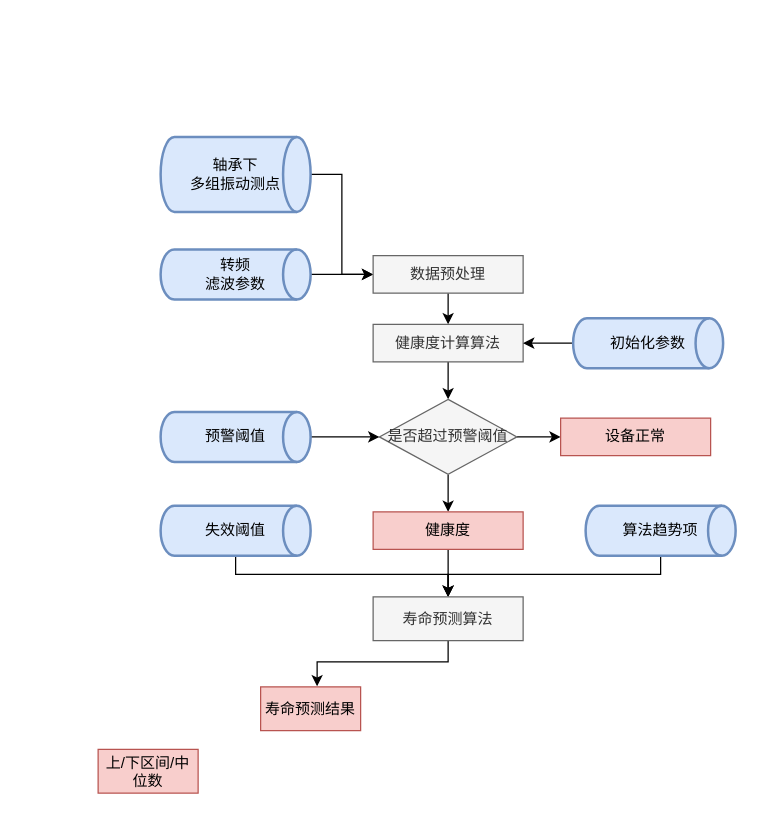
fanpan0829/interview_python keeps this draw.io diagram as Untitled Diagram.drawio. Above is the earlier version. Source tidied: cells renumbered, new cells numbered last; positions are measured from the earlier drawing's top-left corner, leaving out a move shared by most shapes. Both pictures are drawn from the tidied source at 125%, with x=0, y=0 at pixel (98, 136).
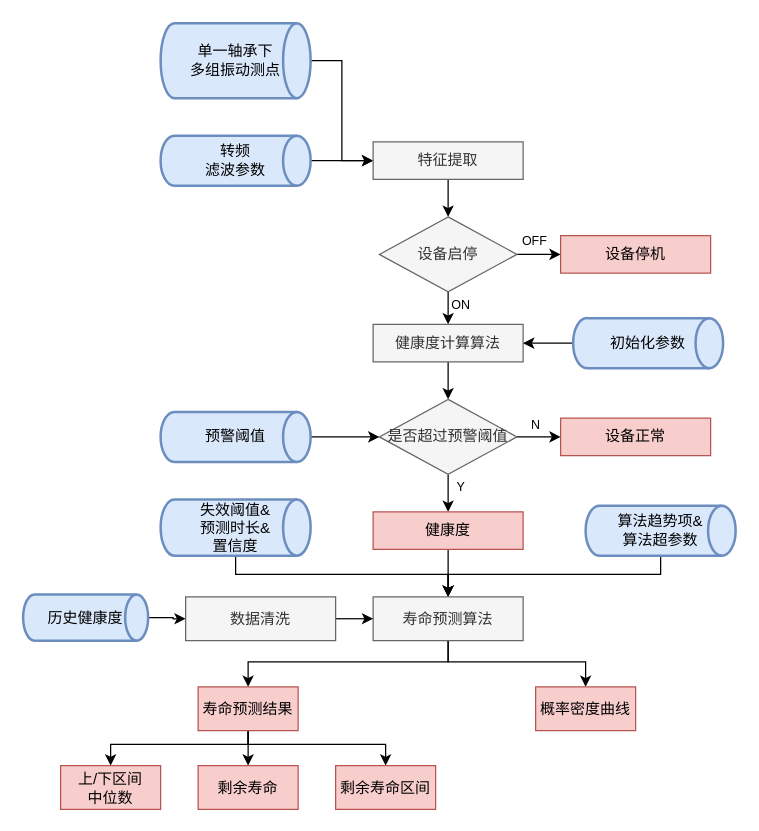
After the change.

The change refers to these unchanged cells:
```xml
<mxCell id="9" value="健康度计算算法" style="rounded=0;whiteSpace=wrap;html=1;fillColor=#f5f5f5;strokeColor=#666666;fontColor=#333333;" parent="1" vertex="1">
  <mxGeometry x="220" y="150" width="120" height="30" as="geometry" />
</mxCell>
<mxCell id="25" value="寿命预测算法" style="rounded=0;whiteSpace=wrap;html=1;fillColor=#f5f5f5;strokeColor=#666666;fontColor=#333333;" parent="1" vertex="1">
  <mxGeometry x="220" y="368" width="120" height="35" as="geometry" />
</mxCell>
```

Change to the diagram source:
```diff
@@
-    <mxCell id="3" value="轴承下&lt;br&gt;多组振动测点" style="strokeWidth=2;html=1;shape=mxgraph.flowchart.direct_data;whiteSpace=wrap;fillColor=#dae8fc;strokeColor=#6c8ebf;" parent="1" vertex="1">
-      <mxGeometry x="50" width="120" height="60" as="geometry" />
+    <mxCell id="3" value="单一轴承下&lt;br&gt;多组振动测点" style="strokeWidth=2;html=1;shape=mxgraph.flowchart.direct_data;whiteSpace=wrap;fillColor=#dae8fc;strokeColor=#6c8ebf;" parent="1" vertex="1">
+      <mxGeometry x="50" y="-91" width="120" height="60" as="geometry" />
     </mxCell>
@@
     <mxCell id="5" value="转频&lt;br&gt;滤波参数" style="strokeWidth=2;html=1;shape=mxgraph.flowchart.direct_data;whiteSpace=wrap;fillColor=#dae8fc;strokeColor=#6c8ebf;" parent="1" vertex="1">
-      <mxGeometry x="50" y="90" width="120" height="40" as="geometry" />
+      <mxGeometry x="50" y="-1" width="120" height="40" as="geometry" />
     </mxCell>
-    <mxCell id="6" style="edgeStyle=orthogonalEdgeStyle;rounded=0;jettySize=auto;html=1;entryX=0.5;entryY=0;entryDx=0;entryDy=0;" parent="1" edge="1" source="7" target="9">
-      <mxGeometry relative="1" as="geometry" />
-    </mxCell>
+    <mxCell id="28" style="edgeStyle=orthogonalEdgeStyle;rounded=0;jettySize=auto;html=1;exitX=0.5;exitY=1;exitDx=0;exitDy=0;fontSize=10;" parent="1" edge="1" source="7" target="42">
+      <mxGeometry relative="1" as="geometry" />
+    </mxCell>
-    <mxCell id="7" value="数据预处理" style="rounded=0;whiteSpace=wrap;html=1;fillColor=#f5f5f5;strokeColor=#666666;fontColor=#333333;" parent="1" vertex="1">
-      <mxGeometry x="220" y="95" width="120" height="30" as="geometry" />
+    <mxCell id="7" value="特征提取" style="rounded=0;whiteSpace=wrap;html=1;fillColor=#f5f5f5;strokeColor=#666666;fontColor=#333333;" parent="1" vertex="1">
+      <mxGeometry x="220" y="4" width="120" height="30" as="geometry" />
     </mxCell>
@@
-    <mxCell id="21" value="失效阈值" style="strokeWidth=2;html=1;shape=mxgraph.flowchart.direct_data;whiteSpace=wrap;fillColor=#dae8fc;strokeColor=#6c8ebf;" parent="1" vertex="1">
-      <mxGeometry x="50" y="295" width="120" height="40" as="geometry" />
+    <mxCell id="21" value="失效阈值&amp;amp;&lt;br&gt;预测时长&amp;amp;&lt;br&gt;置信度" style="strokeWidth=2;html=1;shape=mxgraph.flowchart.direct_data;whiteSpace=wrap;fillColor=#dae8fc;strokeColor=#6c8ebf;" parent="1" vertex="1">
+      <mxGeometry x="50" y="290" width="120" height="45" as="geometry" />
     </mxCell>
@@
-    <mxCell id="23" value="算法趋势项" style="strokeWidth=2;html=1;shape=mxgraph.flowchart.direct_data;whiteSpace=wrap;fillColor=#dae8fc;strokeColor=#6c8ebf;" parent="1" vertex="1">
+    <mxCell id="23" value="算法趋势项&amp;amp;&lt;br&gt;算法超参数" style="strokeWidth=2;html=1;shape=mxgraph.flowchart.direct_data;whiteSpace=wrap;fillColor=#dae8fc;strokeColor=#6c8ebf;" parent="1" vertex="1">
       <mxGeometry x="390" y="295" width="120" height="40" as="geometry" />
     </mxCell>
-    <mxCell id="24" style="edgeStyle=orthogonalEdgeStyle;rounded=0;jettySize=auto;html=1;entryX=0.565;entryY=-0.013;entryDx=0;entryDy=0;exitX=0.5;exitY=1;exitDx=0;exitDy=0;entryPerimeter=0;" parent="1" edge="1" source="25" target="26">
+    <mxCell id="24" style="edgeStyle=orthogonalEdgeStyle;rounded=0;jettySize=auto;html=1;entryX=0.5;entryY=0;entryDx=0;entryDy=0;" parent="1" edge="1" source="25" target="26">
       <mxGeometry relative="1" as="geometry">
         <Array as="points">
           <mxPoint x="280" y="420" />
-          <mxPoint x="175" y="420" />
+          <mxPoint x="120" y="420" />
         </Array>
       </mxGeometry>
     </mxCell>
+    <mxCell id="29" style="edgeStyle=orthogonalEdgeStyle;rounded=0;jettySize=auto;html=1;entryX=0.5;entryY=0;entryDx=0;entryDy=0;" parent="1" edge="1" source="25" target="35">
+      <mxGeometry relative="1" as="geometry">
+        <Array as="points">
+          <mxPoint x="280" y="420" />
+          <mxPoint x="390" y="420" />
+        </Array>
+      </mxGeometry>
+    </mxCell>
@@
+    <mxCell id="30" style="edgeStyle=orthogonalEdgeStyle;rounded=0;jettySize=auto;html=1;entryX=0.5;entryY=0;entryDx=0;entryDy=0;" parent="1" edge="1" source="26" target="33">
+      <mxGeometry relative="1" as="geometry" />
+    </mxCell>
+    <mxCell id="31" style="edgeStyle=orthogonalEdgeStyle;rounded=0;jettySize=auto;html=1;entryX=0.5;entryY=0;entryDx=0;entryDy=0;" parent="1" edge="1" source="26" target="27">
+      <mxGeometry relative="1" as="geometry">
+        <Array as="points">
+          <mxPoint x="120" y="486" />
+          <mxPoint x="10" y="486" />
+        </Array>
+      </mxGeometry>
+    </mxCell>
+    <mxCell id="32" style="edgeStyle=orthogonalEdgeStyle;rounded=0;jettySize=auto;html=1;entryX=0.5;entryY=0;entryDx=0;entryDy=0;" parent="1" edge="1" source="26" target="34">
+      <mxGeometry relative="1" as="geometry">
+        <Array as="points">
+          <mxPoint x="120" y="486" />
+          <mxPoint x="230" y="486" />
+        </Array>
+      </mxGeometry>
+    </mxCell>
     <mxCell id="26" value="寿命预测结果" style="rounded=0;whiteSpace=wrap;html=1;fillColor=#f8cecc;strokeColor=#b85450;" parent="1" vertex="1">
-      <mxGeometry x="130" y="440" width="80" height="35" as="geometry" />
+      <mxGeometry x="80" y="440" width="80" height="35" as="geometry" />
     </mxCell>
-    <mxCell id="27" value="上/下区间/中位数" style="rounded=0;whiteSpace=wrap;html=1;fillColor=#f8cecc;strokeColor=#b85450;" parent="1" vertex="1">
-      <mxGeometry y="490" width="80" height="35" as="geometry" />
+    <mxCell id="27" value="上/下区间&lt;br&gt;中位数" style="rounded=0;whiteSpace=wrap;html=1;fillColor=#f8cecc;strokeColor=#b85450;" parent="1" vertex="1">
+      <mxGeometry x="-30" y="503" width="80" height="35" as="geometry" />
     </mxCell>
+    <mxCell id="33" value="剩余寿命" style="rounded=0;whiteSpace=wrap;html=1;fillColor=#f8cecc;strokeColor=#b85450;" parent="1" vertex="1">
+      <mxGeometry x="80" y="503" width="80" height="35" as="geometry" />
+    </mxCell>
+    <mxCell id="34" value="剩余寿命区间" style="rounded=0;whiteSpace=wrap;html=1;fillColor=#f8cecc;strokeColor=#b85450;" parent="1" vertex="1">
+      <mxGeometry x="190" y="503" width="80" height="35" as="geometry" />
+    </mxCell>
+    <mxCell id="35" value="概率密度曲线" style="rounded=0;whiteSpace=wrap;html=1;fillColor=#f8cecc;strokeColor=#b85450;" parent="1" vertex="1">
+      <mxGeometry x="350" y="440" width="80" height="35" as="geometry" />
+    </mxCell>
+    <mxCell id="36" value="N" style="text;html=1;align=center;verticalAlign=middle;strokeColor=none;fontSize=10;" parent="1" vertex="1">
+      <mxGeometry x="340" y="220" width="20" height="20" as="geometry" />
+    </mxCell>
+    <mxCell id="37" value="Y" style="text;html=1;align=center;verticalAlign=middle;strokeColor=none;fontSize=10;" parent="1" vertex="1">
+      <mxGeometry x="280" y="270" width="20" height="20" as="geometry" />
+    </mxCell>
+    <mxCell id="38" style="edgeStyle=orthogonalEdgeStyle;rounded=0;jettySize=auto;html=1;entryX=0;entryY=0.5;entryDx=0;entryDy=0;fontSize=10;" parent="1" edge="1" source="39" target="45">
+      <mxGeometry relative="1" as="geometry" />
+    </mxCell>
+    <mxCell id="39" value="历史健康度" style="strokeWidth=2;html=1;shape=mxgraph.flowchart.direct_data;whiteSpace=wrap;fillColor=#dae8fc;strokeColor=#6c8ebf;" parent="1" vertex="1">
+      <mxGeometry x="-60" y="366" width="100" height="37" as="geometry" />
+    </mxCell>
+    <mxCell id="40" style="edgeStyle=orthogonalEdgeStyle;rounded=0;jettySize=auto;html=1;exitX=0.5;exitY=1;exitDx=0;exitDy=0;entryX=0.5;entryY=0;entryDx=0;entryDy=0;fontSize=10;" parent="1" edge="1" source="42" target="9">
+      <mxGeometry relative="1" as="geometry" />
+    </mxCell>
+    <mxCell id="41" style="edgeStyle=orthogonalEdgeStyle;rounded=0;jettySize=auto;html=1;exitX=1;exitY=0.5;exitDx=0;exitDy=0;fontSize=10;" parent="1" edge="1" source="42" target="43">
+      <mxGeometry relative="1" as="geometry" />
+    </mxCell>
+    <mxCell id="42" value="设备启停" style="rhombus;whiteSpace=wrap;html=1;fillColor=#f5f5f5;strokeColor=#666666;fontColor=#333333;" parent="1" vertex="1">
+      <mxGeometry x="225" y="64" width="110" height="60" as="geometry" />
+    </mxCell>
+    <mxCell id="43" value="设备停机" style="rounded=0;whiteSpace=wrap;html=1;fillColor=#f8cecc;strokeColor=#b85450;" parent="1" vertex="1">
+      <mxGeometry x="370" y="79" width="120" height="30" as="geometry" />
+    </mxCell>
+    <mxCell id="44" style="edgeStyle=orthogonalEdgeStyle;rounded=0;jettySize=auto;html=1;exitX=1;exitY=0.5;exitDx=0;exitDy=0;entryX=0;entryY=0.5;entryDx=0;entryDy=0;fontSize=10;" parent="1" edge="1" source="45" target="25">
+      <mxGeometry relative="1" as="geometry" />
+    </mxCell>
+    <mxCell id="45" value="数据清洗" style="rounded=0;whiteSpace=wrap;html=1;fillColor=#f5f5f5;strokeColor=#666666;fontColor=#333333;" parent="1" vertex="1">
+      <mxGeometry x="70" y="368" width="120" height="35" as="geometry" />
+    </mxCell>
+    <mxCell id="46" value="ON" style="text;html=1;align=center;verticalAlign=middle;strokeColor=none;fontSize=10;" parent="1" vertex="1">
+      <mxGeometry x="275" y="124" width="30" height="20" as="geometry" />
+    </mxCell>
+    <mxCell id="47" value="OFF" style="text;html=1;align=center;verticalAlign=middle;strokeColor=none;fontSize=10;" parent="1" vertex="1">
+      <mxGeometry x="329" y="73" width="40" height="20" as="geometry" />
+    </mxCell>
```
